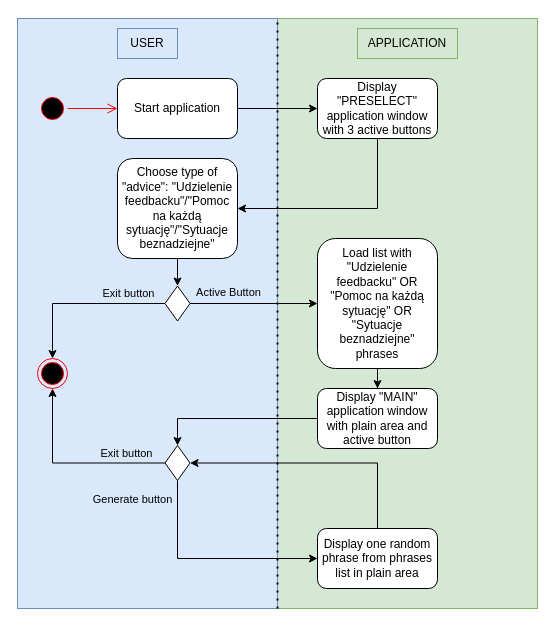
Before: activity_diagram_ng.drawio in Dexmo-7/NawiedzonyGenerator, a draw.io diagram. Source tidied: cells renumbered, new cells numbered last; positions are measured from the earlier drawing's top-left corner, leaving out a move shared by most shapes. Both pictures are drawn from the tidied source at 100%, with x=0, y=0 at pixel (17, 18).
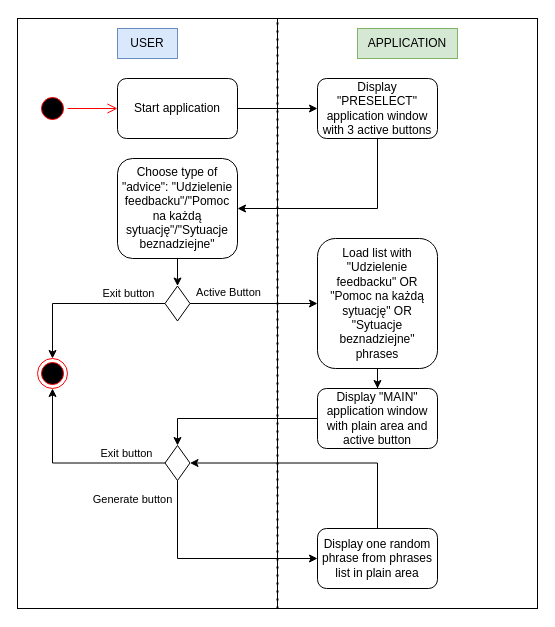
The same page after the edit.

Commit message:
Change background in activity diagram ng

Diff of the diagram source:
```diff
@@
-    <mxCell id="2" style="rounded=0;whiteSpace=wrap;html=1;fillColor=#d5e8d4;strokeColor=#82b366;" parent="1" vertex="1">
+    <mxCell id="2" style="rounded=0;whiteSpace=wrap;html=1;" parent="1" vertex="1">
       <mxGeometry x="260" width="260" height="590" as="geometry" />
     </mxCell>
-    <mxCell id="3" style="rounded=0;whiteSpace=wrap;html=1;fillColor=#dae8fc;strokeColor=#6c8ebf;" parent="1" vertex="1">
+    <mxCell id="3" style="rounded=0;whiteSpace=wrap;html=1;" parent="1" vertex="1">
       <mxGeometry width="260" height="590" as="geometry" />
     </mxCell>
```
